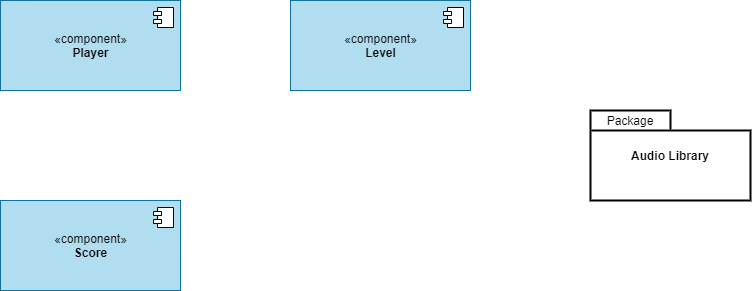
Above: Communicating Architecture/UML Component Diagram/Video Game Component Diagram example.png in smitbmx/Architecture-Diagrams (draw.io), before the change. Source tidied: cells renumbered, new cells last; positions are measured from the earlier drawing's top-left corner, leaving out a move shared by most shapes. Its diagram source:
```xml
<mxGraphModel>
  <root>
    <mxCell id="0" />
    <mxCell id="1" parent="0" />
    <mxCell id="2" value="«component»&lt;br&gt;&lt;b&gt;Player&lt;/b&gt;" style="html=1;fillColor=#b1ddf0;strokeColor=#10739e;" parent="1" vertex="1">
      <mxGeometry width="180" height="90" as="geometry" />
    </mxCell>
    <mxCell id="3" style="shape=module;jettyWidth=8;jettyHeight=4;" parent="2" vertex="1">
      <mxGeometry x="1" width="20" height="20" relative="1" as="geometry">
        <mxPoint x="-27" y="7" as="offset" />
      </mxGeometry>
    </mxCell>
    <mxCell id="4" value="«component»&lt;br&gt;&lt;b&gt;Level&lt;/b&gt;" style="html=1;fillColor=#b1ddf0;strokeColor=#10739e;" parent="1" vertex="1">
      <mxGeometry x="290" width="180" height="90" as="geometry" />
    </mxCell>
    <mxCell id="5" style="shape=module;jettyWidth=8;jettyHeight=4;" parent="4" vertex="1">
      <mxGeometry x="1" width="20" height="20" relative="1" as="geometry">
        <mxPoint x="-27" y="7" as="offset" />
      </mxGeometry>
    </mxCell>
    <mxCell id="6" value="«component»&lt;br&gt;&lt;b&gt;Score&lt;/b&gt;" style="html=1;fillColor=#b1ddf0;strokeColor=#10739e;" parent="1" vertex="1">
      <mxGeometry y="200" width="180" height="90" as="geometry" />
    </mxCell>
    <mxCell id="7" style="shape=module;jettyWidth=8;jettyHeight=4;" parent="6" vertex="1">
      <mxGeometry x="1" width="20" height="20" relative="1" as="geometry">
        <mxPoint x="-27" y="7" as="offset" />
      </mxGeometry>
    </mxCell>
    <mxCell id="8" style="group;" parent="1" vertex="1">
      <mxGeometry x="590" y="110" width="160" height="90" as="geometry" />
    </mxCell>
    <mxCell id="9" value="&lt;b&gt;Audio Library&lt;/b&gt;" style="shape=folder;tabWidth=80;tabHeight=20;tabPosition=left;strokeWidth=2;html=1;whiteSpace=wrap;align=center;" parent="8" vertex="1">
      <mxGeometry width="160" height="90" as="geometry" />
    </mxCell>
    <mxCell id="10" value="Package" style="text;html=1;strokeColor=none;fillColor=none;align=center;verticalAlign=middle;whiteSpace=wrap;rounded=0;" parent="8" vertex="1">
      <mxGeometry x="20" width="40" height="20" as="geometry" />
    </mxCell>
  </root>
</mxGraphModel>
```
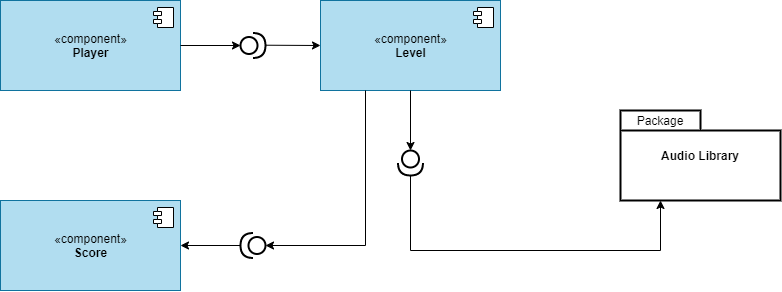
After the commit.

Diff of the diagram source:
```diff
@@ -3,7 +3,7 @@
     <mxCell id="0" />
     <mxCell id="1" parent="0" />
     <mxCell id="2" value="«component»&lt;br&gt;&lt;b&gt;Player&lt;/b&gt;" style="html=1;fillColor=#b1ddf0;strokeColor=#10739e;" parent="1" vertex="1">
-      <mxGeometry width="180" height="90" as="geometry" />
+      <mxGeometry x="-30" width="180" height="90" as="geometry" />
     </mxCell>
     <mxCell id="3" style="shape=module;jettyWidth=8;jettyHeight=4;" parent="2" vertex="1">
       <mxGeometry x="1" width="20" height="20" relative="1" as="geometry">
@@ -19,7 +19,7 @@
       </mxGeometry>
     </mxCell>
     <mxCell id="6" value="«component»&lt;br&gt;&lt;b&gt;Score&lt;/b&gt;" style="html=1;fillColor=#b1ddf0;strokeColor=#10739e;" parent="1" vertex="1">
-      <mxGeometry y="200" width="180" height="90" as="geometry" />
+      <mxGeometry x="-30" y="200" width="180" height="90" as="geometry" />
     </mxCell>
     <mxCell id="7" style="shape=module;jettyWidth=8;jettyHeight=4;" parent="6" vertex="1">
       <mxGeometry x="1" width="20" height="20" relative="1" as="geometry">
@@ -35,5 +35,44 @@
     <mxCell id="10" value="Package" style="text;html=1;strokeColor=none;fillColor=none;align=center;verticalAlign=middle;whiteSpace=wrap;rounded=0;" parent="8" vertex="1">
       <mxGeometry x="20" width="40" height="20" as="geometry" />
     </mxCell>
+    <mxCell id="11" style="shape=providedRequiredInterface;html=1;verticalLabelPosition=bottom;strokeWidth=2;" parent="1" vertex="1">
+      <mxGeometry x="210" y="32.5" width="25" height="25" as="geometry" />
+    </mxCell>
+    <mxCell id="12" style="shape=providedRequiredInterface;html=1;verticalLabelPosition=bottom;strokeWidth=2;rotation=-180;" parent="1" vertex="1">
+      <mxGeometry x="210" y="232.5" width="25" height="25" as="geometry" />
+    </mxCell>
+    <mxCell id="13" style="shape=providedRequiredInterface;html=1;verticalLabelPosition=bottom;strokeWidth=2;rotation=90;" parent="1" vertex="1">
+      <mxGeometry x="367.5" y="150" width="25" height="25" as="geometry" />
+    </mxCell>
+    <mxCell id="14" style="endArrow=classic;html=1;exitX=1;exitY=0.5;exitDx=0;exitDy=0;entryX=0;entryY=0.5;entryDx=0;entryDy=0;entryPerimeter=0;" parent="1" edge="1" source="2" target="11">
+      <mxGeometry relative="1" as="geometry" />
+    </mxCell>
+    <mxCell id="15" style="endArrow=classic;html=1;exitX=1;exitY=0.5;exitDx=0;exitDy=0;" parent="1" edge="1">
+      <mxGeometry relative="1" as="geometry">
+        <mxPoint x="235" y="44.7" as="sourcePoint" />
+        <mxPoint x="290" y="45" as="targetPoint" />
+      </mxGeometry>
+    </mxCell>
+    <mxCell id="16" style="endArrow=classic;html=1;exitX=0.5;exitY=1;exitDx=0;exitDy=0;" parent="1" edge="1" source="4" target="13">
+      <mxGeometry relative="1" as="geometry" />
+    </mxCell>
+    <mxCell id="17" style="endArrow=classic;html=1;exitX=1;exitY=0.5;exitDx=0;exitDy=0;exitPerimeter=0;entryX=0.25;entryY=1;entryDx=0;entryDy=0;entryPerimeter=0;rounded=0;" parent="1" edge="1" source="13" target="9">
+      <mxGeometry relative="1" as="geometry">
+        <Array as="points">
+          <mxPoint x="380" y="250" />
+          <mxPoint x="630" y="250" />
+        </Array>
+      </mxGeometry>
+    </mxCell>
+    <mxCell id="18" style="endArrow=classic;html=1;exitX=1;exitY=0.5;exitDx=0;exitDy=0;exitPerimeter=0;entryX=1;entryY=0.5;entryDx=0;entryDy=0;" parent="1" edge="1" source="12" target="6">
+      <mxGeometry relative="1" as="geometry" />
+    </mxCell>
+    <mxCell id="19" style="endArrow=classic;html=1;entryX=0;entryY=0.5;entryDx=0;entryDy=0;entryPerimeter=0;exitX=0.25;exitY=1;exitDx=0;exitDy=0;rounded=0;" parent="1" edge="1" source="4" target="12">
+      <mxGeometry relative="1" as="geometry">
+        <Array as="points">
+          <mxPoint x="335" y="245" />
+        </Array>
+      </mxGeometry>
+    </mxCell>
   </root>
 </mxGraphModel>
```
